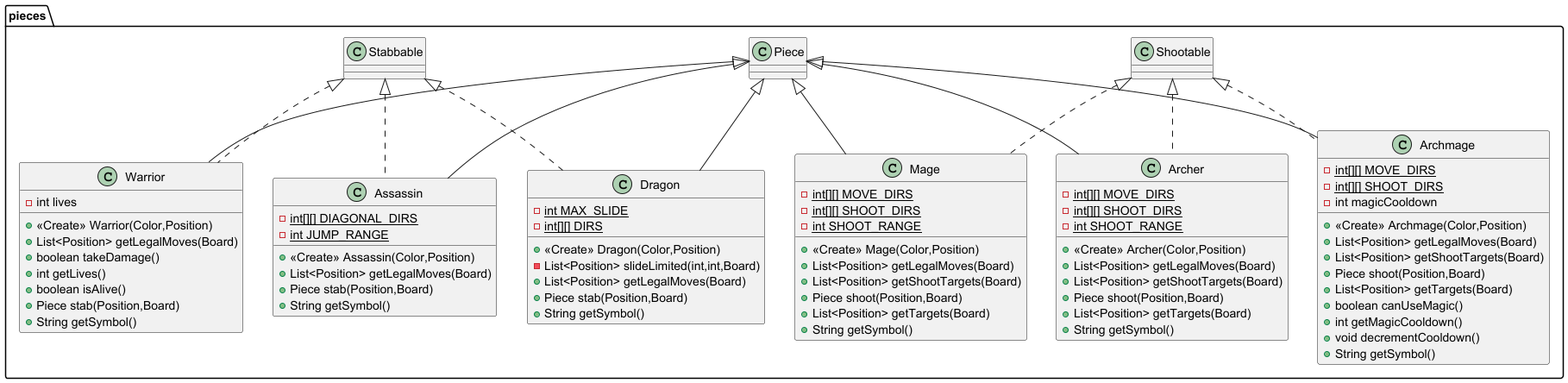
muanxng/Kuroshiro keeps this PlantUML diagram as src/main/resources/pieces_diagram.png. Above is the earlier version.
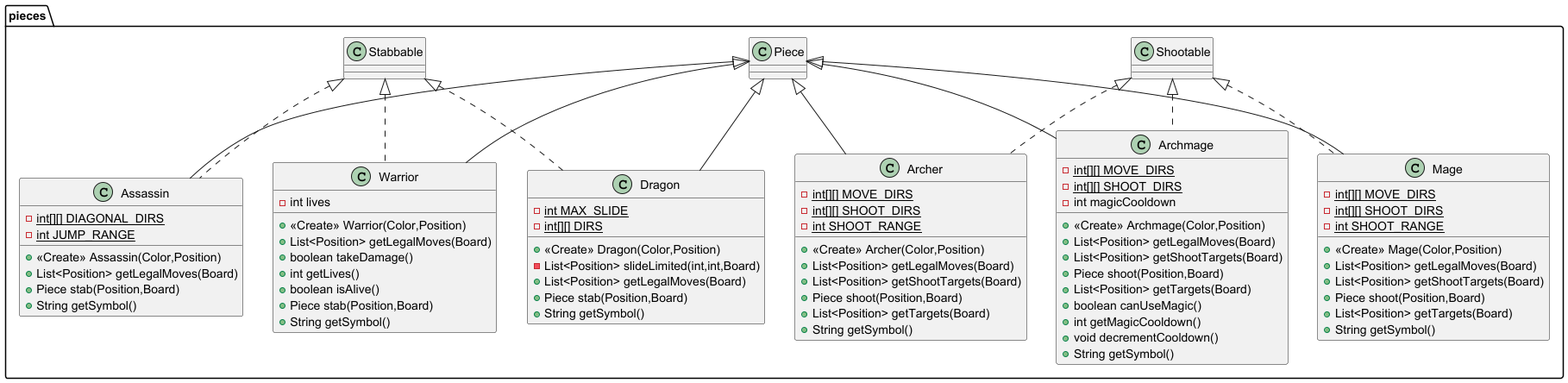
After the change.

Change to the diagram source:
```diff
@@ -1,23 +1,12 @@
 @startuml
-class pieces.Assassin {
-- {static} int[][] DIAGONAL_DIRS
-- {static} int JUMP_RANGE
-+ <<Create>> Assassin(Color,Position)
+class pieces.Warrior {
+- int lives
++ <<Create>> Warrior(Color,Position)
 + List<Position> getLegalMoves(Board)
++ boolean takeDamage()
++ int getLives()
++ boolean isAlive()
 + Piece stab(Position,Board)
-+ String getSymbol()
-}
-
-
-class pieces.Archer {
-- {static} int[][] MOVE_DIRS
-- {static} int[][] SHOOT_DIRS
-- {static} int SHOOT_RANGE
-+ <<Create>> Archer(Color,Position)
-+ List<Position> getLegalMoves(Board)
-+ List<Position> getShootTargets(Board)
-+ Piece shoot(Position,Board)
-+ List<Position> getTargets(Board)
 + String getSymbol()
 }
 
@@ -49,18 +38,6 @@
 }
 
 
-class pieces.Warrior {
-- int lives
-+ <<Create>> Warrior(Color,Position)
-+ List<Position> getLegalMoves(Board)
-+ boolean takeDamage()
-+ int getLives()
-+ boolean isAlive()
-+ Piece stab(Position,Board)
-+ String getSymbol()
-}
-
-
 class pieces.Mage {
 - {static} int[][] MOVE_DIRS
 - {static} int[][] SHOOT_DIRS
@@ -74,18 +51,41 @@
 }
 
 
+class pieces.Archer {
+- {static} int[][] MOVE_DIRS
+- {static} int[][] SHOOT_DIRS
+- {static} int SHOOT_RANGE
++ <<Create>> Archer(Color,Position)
++ List<Position> getLegalMoves(Board)
++ List<Position> getShootTargets(Board)
++ Piece shoot(Position,Board)
++ List<Position> getTargets(Board)
++ String getSymbol()
+}
 
 
-pieces.Stabbable <|.. pieces.Assassin
-pieces.Piece <|-- pieces.Assassin
-pieces.Shootable <|.. pieces.Archer
-pieces.Piece <|-- pieces.Archer
+class pieces.Assassin {
+- {static} int[][] DIAGONAL_DIRS
+- {static} int JUMP_RANGE
++ <<Create>> Assassin(Color,Position)
++ List<Position> getLegalMoves(Board)
++ Piece stab(Position,Board)
++ String getSymbol()
+}
+
+
+
+
+pieces.Stabbable <|.. pieces.Warrior
+pieces.Piece <|-- pieces.Warrior
 pieces.Stabbable <|.. pieces.Dragon
 pieces.Piece <|-- pieces.Dragon
 pieces.Shootable <|.. pieces.Archmage
 pieces.Piece <|-- pieces.Archmage
-pieces.Stabbable <|.. pieces.Warrior
-pieces.Piece <|-- pieces.Warrior
 pieces.Shootable <|.. pieces.Mage
 pieces.Piece <|-- pieces.Mage
+pieces.Shootable <|.. pieces.Archer
+pieces.Piece <|-- pieces.Archer
+pieces.Stabbable <|.. pieces.Assassin
+pieces.Piece <|-- pieces.Assassin
 @enduml
```
